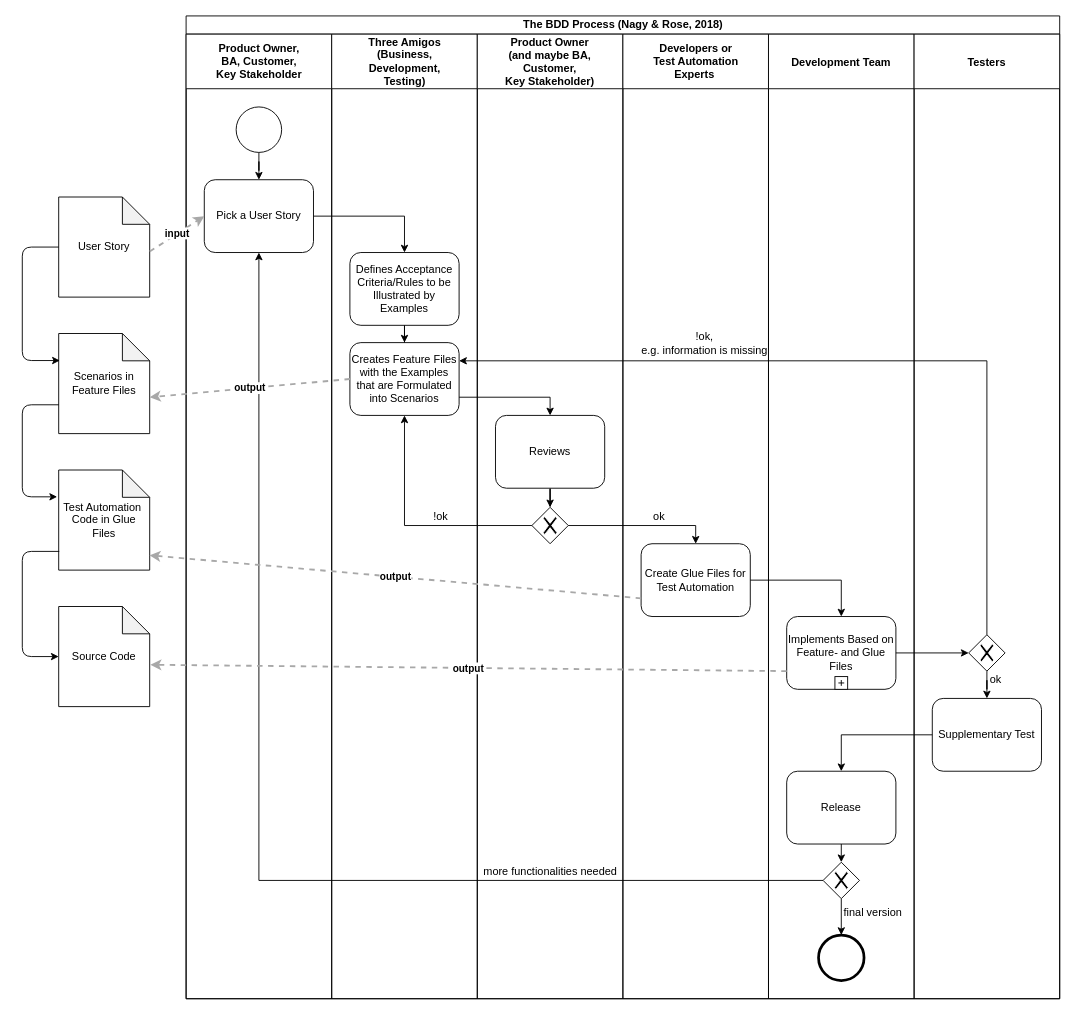
Earlier version of the draw.io diagram documentation/BDDProcess.drawio (sableu/BDD4OQ). Source tidied: cells renumbered, new cells numbered last; positions are measured from the earlier drawing's top-left corner, leaving out a move shared by most shapes. Both pictures are drawn from the tidied source at 91%, with x=0, y=0 at pixel (-24, 15).
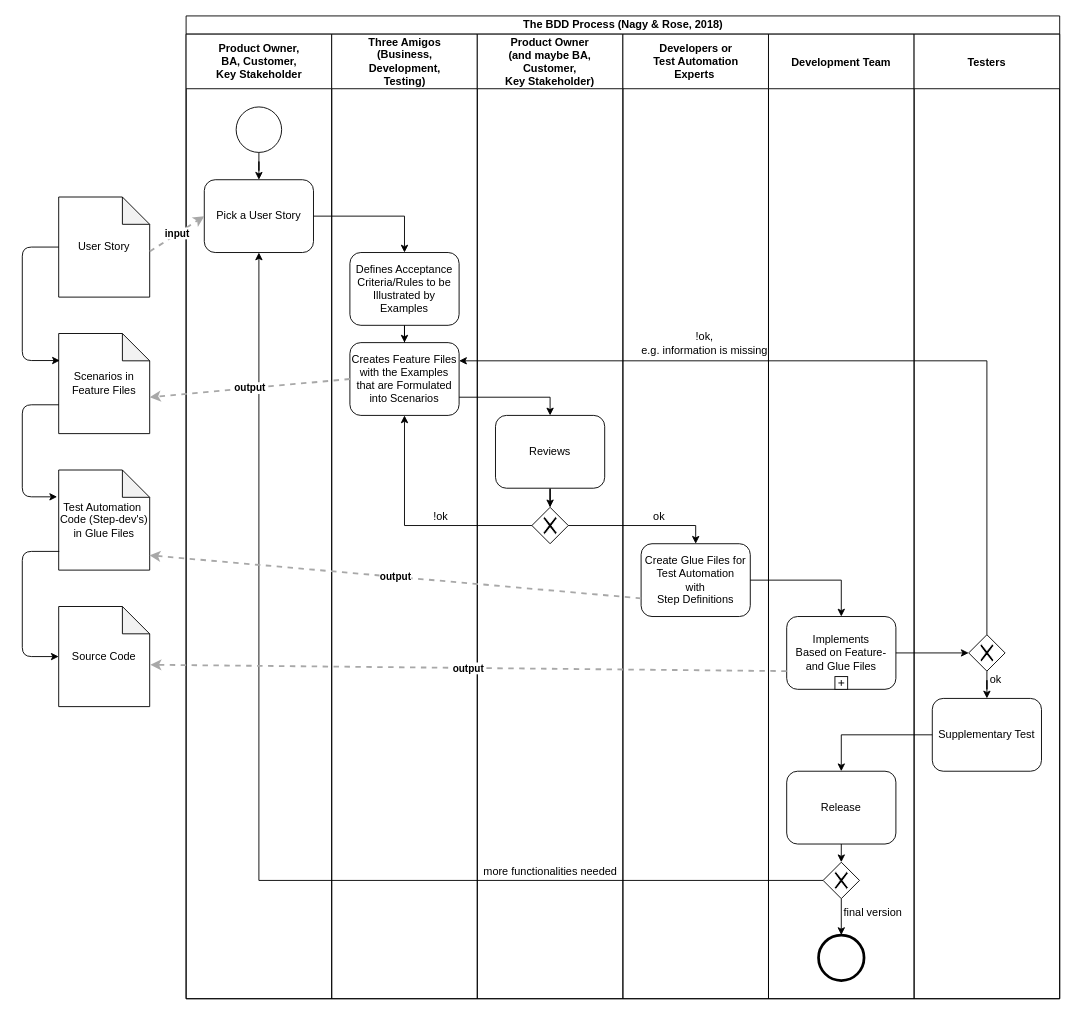
The same diagram, later.

The change refers to these unchanged cells:
```xml
<mxCell id="21" value="Developers or &lt;br&gt;Test Automation &lt;br&gt;Experts&amp;nbsp;" style="swimlane;html=1;startSize=60;" parent="6" vertex="1">
  <mxGeometry x="480" y="20" width="160" height="1060" as="geometry" />
</mxCell>
<mxCell id="25" value="Development Team" style="swimlane;startSize=60;" parent="6" vertex="1">
  <mxGeometry x="640" y="20" width="160" height="1060" as="geometry" />
</mxCell>
```

What changed in the source:
```diff
@@
-    <mxCell id="4" value="Test Automation&amp;nbsp; Code in Glue Files" style="shape=note;whiteSpace=wrap;html=1;backgroundOutline=1;darkOpacity=0.05;" parent="1" vertex="1">
+    <mxCell id="4" value="Test Automation&amp;nbsp; Code (Step-dev's) in Glue Files" style="shape=note;whiteSpace=wrap;html=1;backgroundOutline=1;darkOpacity=0.05;" parent="1" vertex="1">
       <mxGeometry x="90" y="499" width="100" height="110" as="geometry" />
     </mxCell>
@@
-    <mxCell id="24" value="Create Glue Files for Test Automation" style="shape=ext;rounded=1;html=1;whiteSpace=wrap;" parent="21" vertex="1">
+    <mxCell id="24" value="Create Glue Files for Test Automation&lt;br&gt;with&lt;br&gt;Step Definitions" style="shape=ext;rounded=1;html=1;whiteSpace=wrap;" parent="21" vertex="1">
       <mxGeometry x="20" y="560" width="120" height="80" as="geometry" />
     </mxCell>
@@
-    <mxCell id="29" value="Implements Based on Feature- and Glue Files" style="html=1;whiteSpace=wrap;rounded=1;" parent="25" vertex="1">
+    <mxCell id="29" value="Implements &lt;br&gt;Based on Feature- and Glue Files" style="html=1;whiteSpace=wrap;rounded=1;" parent="25" vertex="1">
       <mxGeometry x="20" y="640" width="120" height="80" as="geometry" />
     </mxCell>
```
